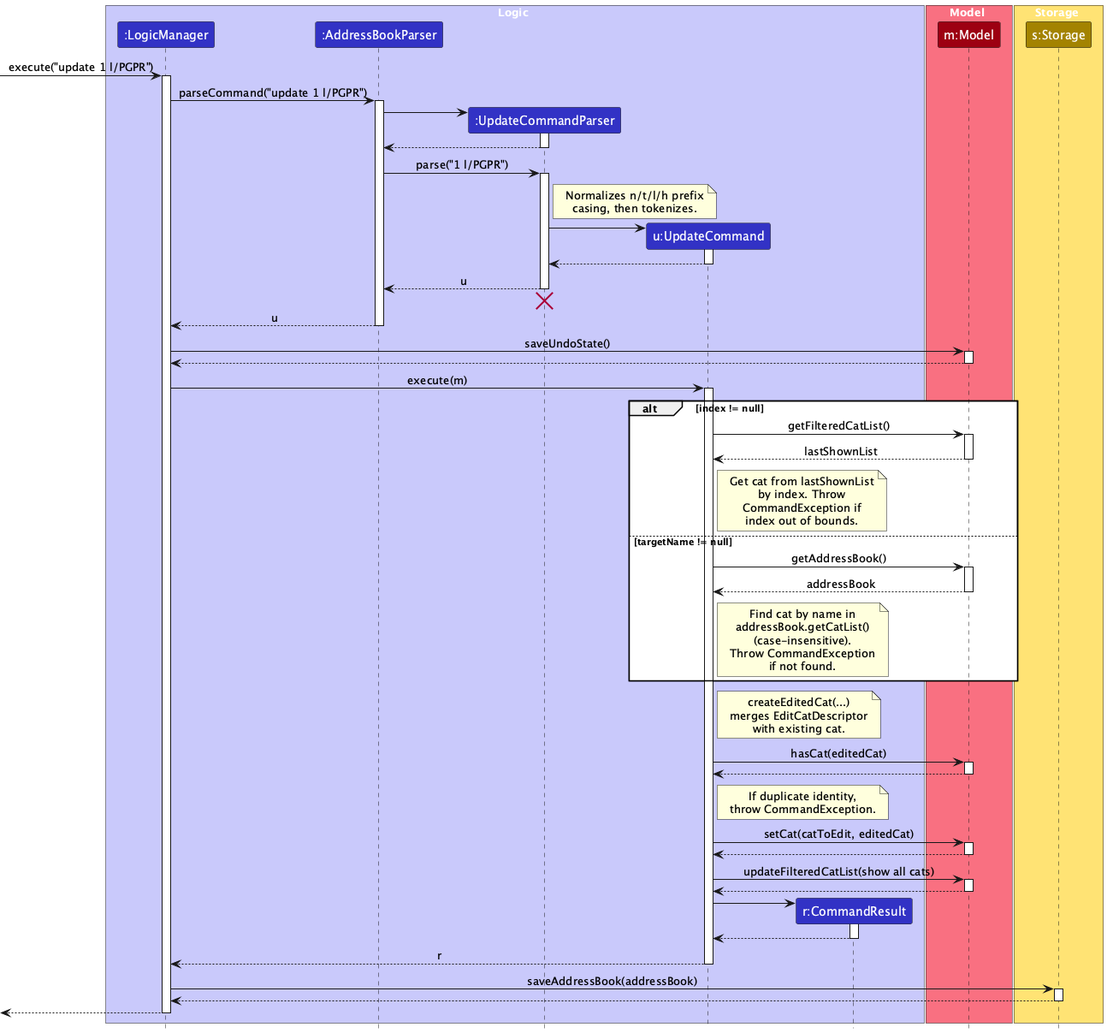
This is docs/images/UpdateSequenceDiagram.png from Haofeng125/tp, a PlantUML export, as it was before one commit.
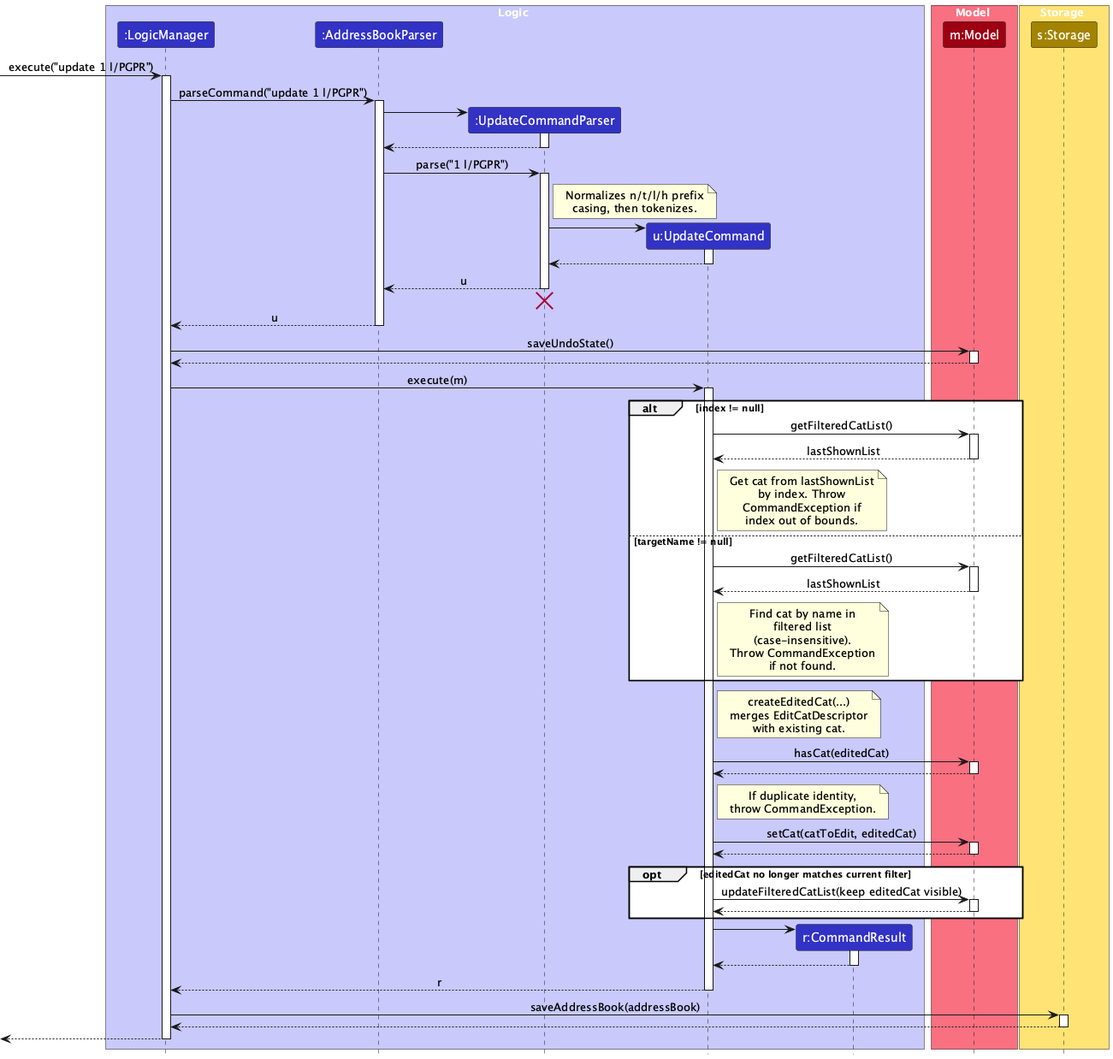
Later version of the same file.

Commit message:
Update UML diagrams and DG for add, update, and undo

The edit, as a diff of the source:
```diff
@@ -72,13 +72,13 @@
 
 else targetName != null
 
-    UpdateCommand -> Model : getAddressBook()
+    UpdateCommand -> Model : getFilteredCatList()
     activate Model
 
-    Model --> UpdateCommand : addressBook
+    Model --> UpdateCommand : lastShownList
     deactivate Model
 
-    note right of UpdateCommand : Find cat by name in\naddressBook.getCatList()\n(case-insensitive).\nThrow CommandException\nif not found.
+    note right of UpdateCommand : Find cat by name in\nfiltered list\n(case-insensitive).\nThrow CommandException\nif not found.
 
 end
 
@@ -98,11 +98,13 @@
 Model --> UpdateCommand
 deactivate Model
 
-UpdateCommand -> Model : updateFilteredCatList(show all cats)
-activate Model
+opt editedCat no longer matches current filter
+    UpdateCommand -> Model : updateFilteredCatList(keep editedCat visible)
+    activate Model
 
-Model --> UpdateCommand
-deactivate Model
+    Model --> UpdateCommand
+    deactivate Model
+end
 
 create CommandResult
 UpdateCommand -> CommandResult
```
